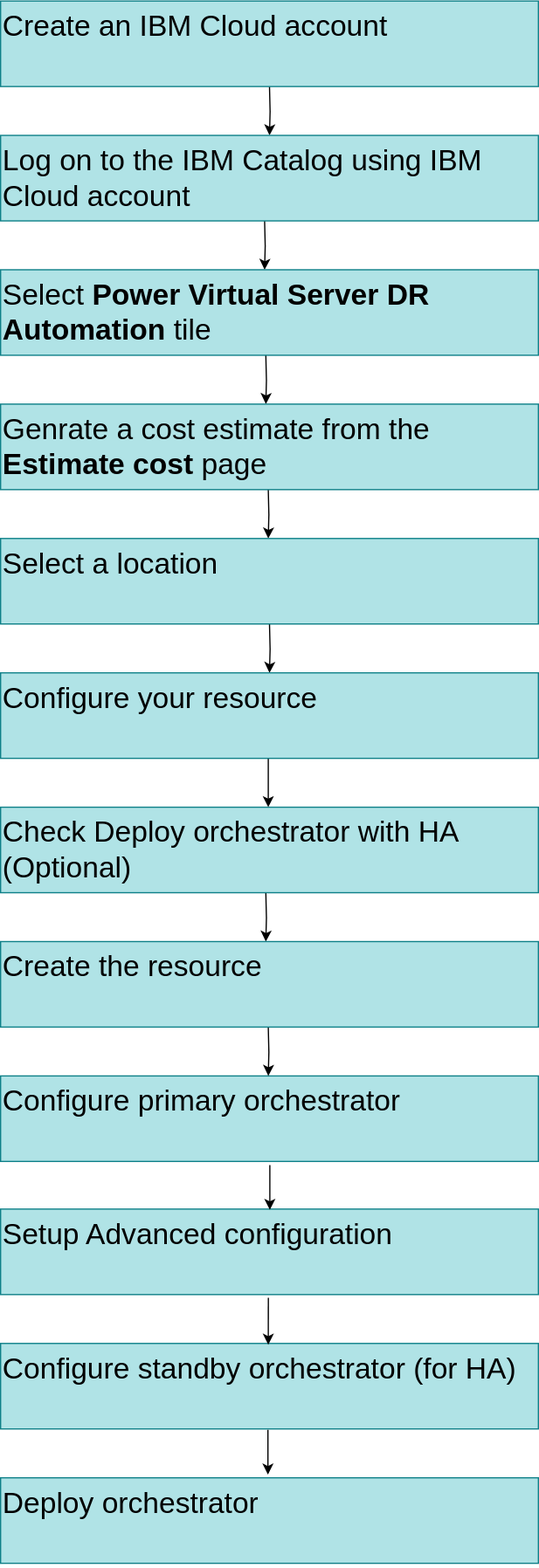
Earlier version of the draw.io export images/Flow-chart-drawio.svg (ibm-cloud-docs/dr-automation-powervs). Source tidied: cells renumbered, new cells last; positions are measured from the earlier drawing's top-left corner, leaving out a move shared by most shapes.
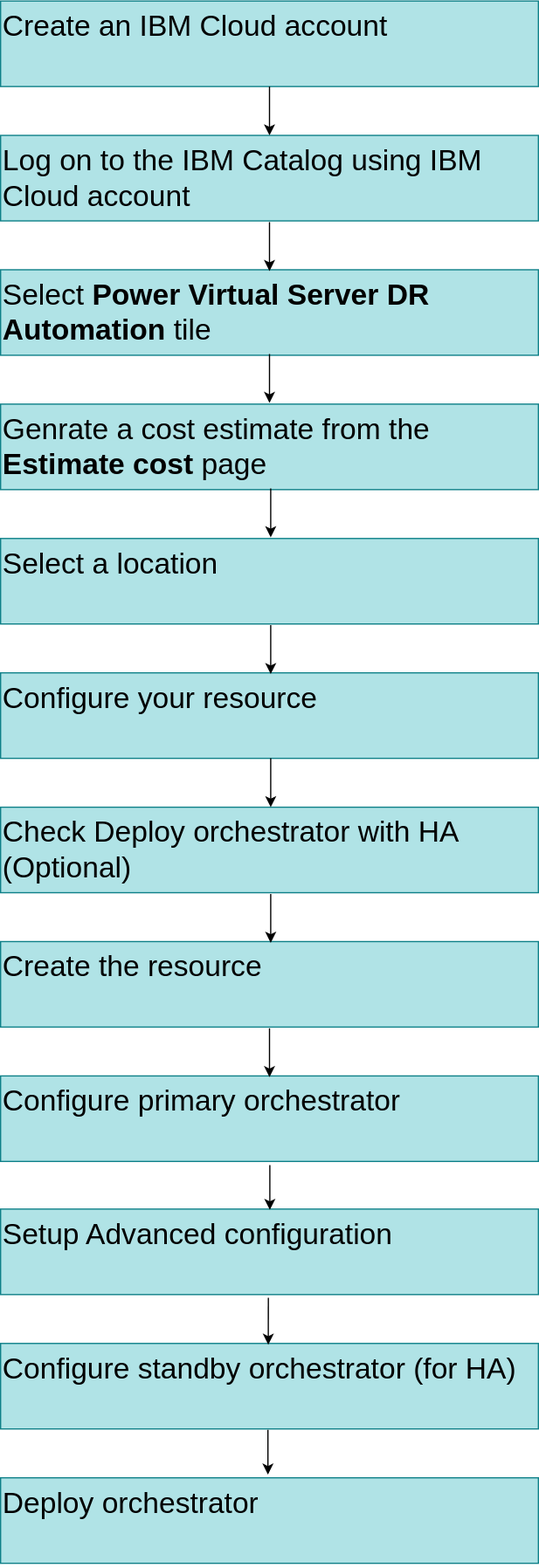
After the commit.

The edit, as a diff of the source:
```diff
@@ -2,48 +2,6 @@
   <root>
     <mxCell id="0" />
     <mxCell id="1" parent="0" />
-    <mxCell id="2" style="edgeStyle=orthogonalEdgeStyle;rounded=0;orthogonalLoop=1;jettySize=auto;html=1;" parent="1" edge="1">
-      <mxGeometry relative="1" as="geometry">
-        <mxPoint x="220" y="70" as="sourcePoint" />
-        <mxPoint x="220" y="110" as="targetPoint" />
-      </mxGeometry>
-    </mxCell>
-    <mxCell id="3" style="edgeStyle=orthogonalEdgeStyle;rounded=0;orthogonalLoop=1;jettySize=auto;html=1;" parent="1" edge="1">
-      <mxGeometry relative="1" as="geometry">
-        <mxPoint x="216" y="180" as="sourcePoint" />
-        <mxPoint x="216" y="220" as="targetPoint" />
-      </mxGeometry>
-    </mxCell>
-    <mxCell id="4" style="edgeStyle=orthogonalEdgeStyle;rounded=0;orthogonalLoop=1;jettySize=auto;html=1;" parent="1" edge="1">
-      <mxGeometry relative="1" as="geometry">
-        <mxPoint x="217" y="290" as="sourcePoint" />
-        <mxPoint x="217" y="330" as="targetPoint" />
-      </mxGeometry>
-    </mxCell>
-    <mxCell id="5" style="edgeStyle=orthogonalEdgeStyle;rounded=0;orthogonalLoop=1;jettySize=auto;html=1;" parent="1" edge="1">
-      <mxGeometry relative="1" as="geometry">
-        <mxPoint x="219" y="400" as="sourcePoint" />
-        <mxPoint x="219" y="440" as="targetPoint" />
-      </mxGeometry>
-    </mxCell>
-    <mxCell id="6" style="edgeStyle=orthogonalEdgeStyle;rounded=0;orthogonalLoop=1;jettySize=auto;html=1;" parent="1" edge="1">
-      <mxGeometry relative="1" as="geometry">
-        <mxPoint x="220" y="510" as="sourcePoint" />
-        <mxPoint x="220" y="550" as="targetPoint" />
-      </mxGeometry>
-    </mxCell>
-    <mxCell id="7" style="edgeStyle=orthogonalEdgeStyle;rounded=0;orthogonalLoop=1;jettySize=auto;html=1;" parent="1" edge="1">
-      <mxGeometry relative="1" as="geometry">
-        <mxPoint x="217" y="730" as="sourcePoint" />
-        <mxPoint x="217" y="770" as="targetPoint" />
-      </mxGeometry>
-    </mxCell>
-    <mxCell id="8" style="endArrow=classic;html=1;rounded=0;exitX=0.5;exitY=1;exitDx=0;exitDy=0;entryX=0.5;entryY=0;entryDx=0;entryDy=0;" parent="1" edge="1">
-      <mxGeometry relative="1" as="geometry">
-        <mxPoint x="219" y="620" as="sourcePoint" />
-        <mxPoint x="219" y="660" as="targetPoint" />
-      </mxGeometry>
-    </mxCell>
     <mxCell id="9" value="&lt;font style=&quot;font-size: 24px;&quot;&gt;Log on to the IBM Catalog using IBM Cloud account&lt;/font&gt;" style="text;html=1;whiteSpace=wrap;overflow=hidden;rounded=0;fillColor=#b0e3e6;strokeColor=#0e8088;" parent="1" vertex="1">
       <mxGeometry y="110" width="440" height="70" as="geometry" />
     </mxCell>
@@ -65,12 +23,6 @@
     <mxCell id="15" value="&lt;font style=&quot;font-size: 24px;&quot;&gt;Configure primary orchestrator&lt;/font&gt;" style="text;html=1;whiteSpace=wrap;overflow=hidden;rounded=0;fillColor=#b0e3e6;strokeColor=#0e8088;" parent="1" vertex="1">
       <mxGeometry y="880" width="440" height="70" as="geometry" />
     </mxCell>
-    <mxCell id="16" style="edgeStyle=orthogonalEdgeStyle;rounded=0;orthogonalLoop=1;jettySize=auto;html=1;" parent="1" edge="1">
-      <mxGeometry relative="1" as="geometry">
-        <mxPoint x="219" y="840" as="sourcePoint" />
-        <mxPoint x="219" y="880" as="targetPoint" />
-      </mxGeometry>
-    </mxCell>
     <mxCell id="17" value="&lt;font style=&quot;font-size: 24px;&quot;&gt;Create the resource&lt;/font&gt;" style="text;html=1;whiteSpace=wrap;overflow=hidden;rounded=0;fillColor=#b0e3e6;strokeColor=#0e8088;" parent="1" vertex="1">
       <mxGeometry y="770" width="440" height="70" as="geometry" />
     </mxCell>
@@ -104,5 +56,50 @@
     <mxCell id="24" value="&lt;font style=&quot;font-size: 24px;&quot;&gt;Genrate a cost estimate from the &lt;b style=&quot;&quot;&gt;Estimate cost&lt;/b&gt; page&lt;/font&gt;" style="text;html=1;whiteSpace=wrap;overflow=hidden;rounded=0;fillColor=#b0e3e6;strokeColor=#0e8088;" parent="1" vertex="1">
       <mxGeometry y="330" width="440" height="70" as="geometry" />
     </mxCell>
+    <mxCell id="25" style="endArrow=classic;html=1;rounded=0;exitX=0.5;exitY=1;exitDx=0;exitDy=0;" parent="1" edge="1" source="14" target="9">
+      <mxGeometry relative="1" as="geometry" />
+    </mxCell>
+    <mxCell id="26" style="endArrow=classic;html=1;rounded=0;exitX=0.5;exitY=1;exitDx=0;exitDy=0;" parent="1" edge="1">
+      <mxGeometry relative="1" as="geometry">
+        <mxPoint x="220" y="181" as="sourcePoint" />
+        <mxPoint x="220" y="221" as="targetPoint" />
+      </mxGeometry>
+    </mxCell>
+    <mxCell id="27" style="endArrow=classic;html=1;rounded=0;exitX=0.5;exitY=1;exitDx=0;exitDy=0;" parent="1" edge="1">
+      <mxGeometry relative="1" as="geometry">
+        <mxPoint x="220" y="289" as="sourcePoint" />
+        <mxPoint x="220" y="329" as="targetPoint" />
+      </mxGeometry>
+    </mxCell>
+    <mxCell id="28" style="endArrow=classic;html=1;rounded=0;exitX=0.5;exitY=1;exitDx=0;exitDy=0;" parent="1" edge="1">
+      <mxGeometry relative="1" as="geometry">
+        <mxPoint x="221" y="399" as="sourcePoint" />
+        <mxPoint x="221" y="439" as="targetPoint" />
+      </mxGeometry>
+    </mxCell>
+    <mxCell id="29" style="endArrow=classic;html=1;rounded=0;exitX=0.5;exitY=1;exitDx=0;exitDy=0;" parent="1" edge="1">
+      <mxGeometry relative="1" as="geometry">
+        <mxPoint x="221" y="511" as="sourcePoint" />
+        <mxPoint x="221" y="551" as="targetPoint" />
+      </mxGeometry>
+    </mxCell>
+    <mxCell id="30" style="endArrow=classic;html=1;rounded=0;exitX=0.5;exitY=1;exitDx=0;exitDy=0;" parent="1" edge="1">
+      <mxGeometry relative="1" as="geometry">
+        <mxPoint x="221" y="620" as="sourcePoint" />
+        <mxPoint x="221" y="660" as="targetPoint" />
+      </mxGeometry>
+    </mxCell>
+    <mxCell id="31" style="endArrow=classic;html=1;rounded=0;exitX=0.5;exitY=1;exitDx=0;exitDy=0;" parent="1" edge="1">
+      <mxGeometry relative="1" as="geometry">
+        <mxPoint x="221" y="731" as="sourcePoint" />
+        <mxPoint x="221" y="771" as="targetPoint" />
+      </mxGeometry>
+    </mxCell>
+    <mxCell id="32" style="endArrow=classic;html=1;rounded=0;exitX=0.5;exitY=1;exitDx=0;exitDy=0;" parent="1" edge="1">
+      <mxGeometry relative="1" as="geometry">
+        <mxPoint x="220" y="841" as="sourcePoint" />
+        <mxPoint x="220" y="881" as="targetPoint" />
+      </mxGeometry>
+    </mxCell>
   </root>
 </mxGraphModel>
```
